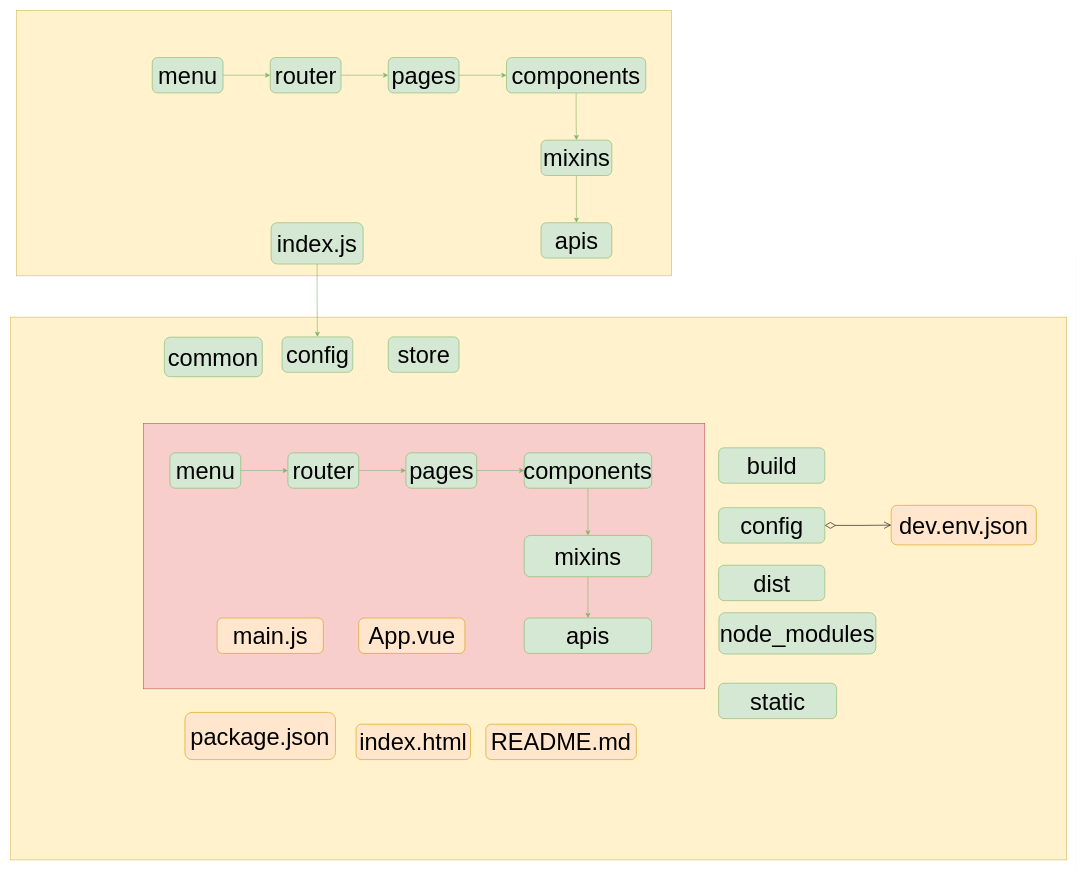
atanx/atanx.github.io keeps this draw.io diagram as page "vueProject" (2 of 2) of assets/drawio/vue.drawio. Above is the earlier version. Source tidied: cells renumbered, new cells numbered last; positions are measured from the earlier drawing's top-left corner, leaving out a move shared by most shapes. Both pictures are drawn from the tidied source at 59%, with x=0, y=0 at pixel (10, 10).
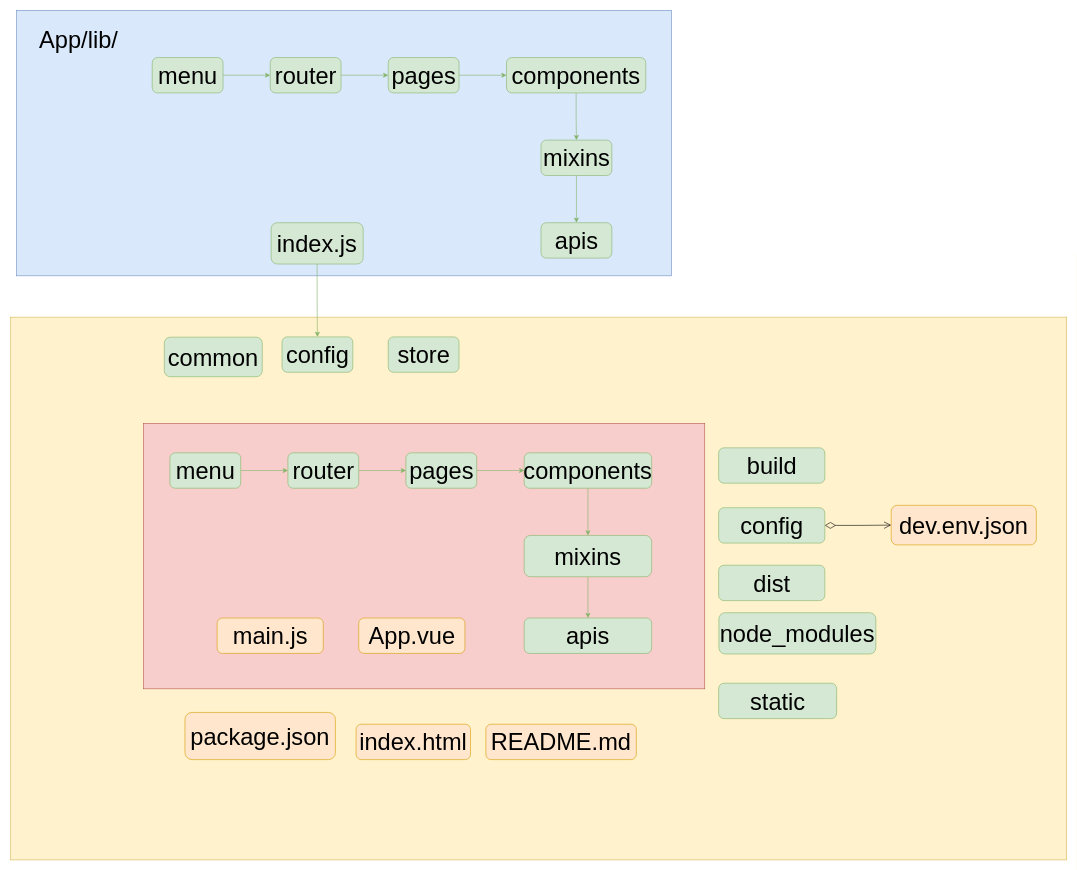
Above is the later version.

Change to the diagram source:
```diff
@@
-    <mxCell id="4" style="rounded=0;whiteSpace=wrap;html=1;fillColor=#fff2cc;strokeColor=#d6b656;fontSize=40;" parent="1" vertex="1">
+    <mxCell id="4" style="rounded=0;whiteSpace=wrap;html=1;fillColor=#dae8fc;strokeColor=#6c8ebf;fontSize=40;" parent="1" vertex="1">
       <mxGeometry x="10.5" width="1110" height="450" as="geometry" />
     </mxCell>
@@
+    <mxCell id="44" value="App/lib/" style="text;html=1;strokeColor=none;fillColor=none;align=center;verticalAlign=middle;whiteSpace=wrap;rounded=0;fontSize=40;" parent="1" vertex="1">
+      <mxGeometry x="36" y="20" width="160" height="60" as="geometry" />
+    </mxCell>
```
